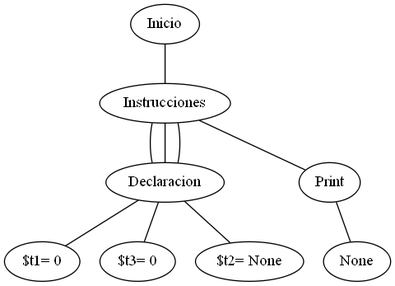
This is src/graph.png from PabloOsuna1997/Proyecto_Augus, a Graphviz export, as it was before one commit. Its source is kept beside it as src/graph.dot.
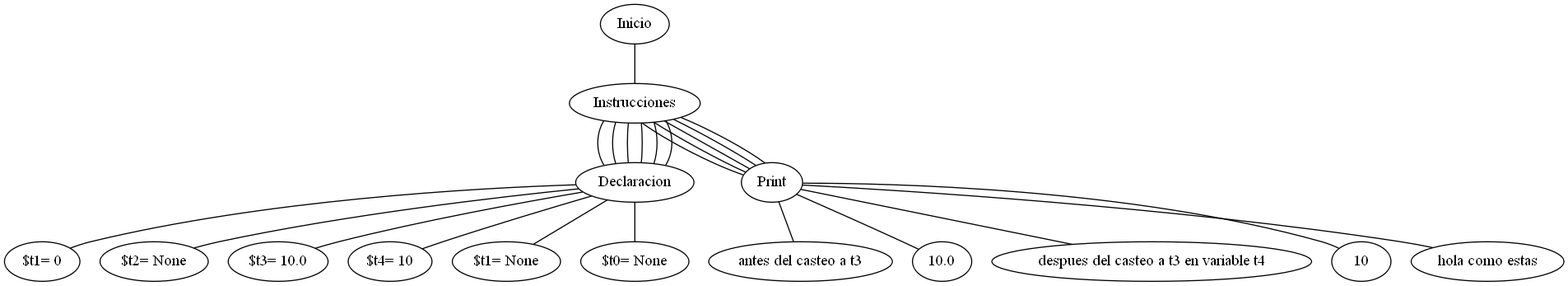
Later version of the same file.

The edit, as a diff of the source:
```diff
@@ -9,13 +9,41 @@
 n001 -- n003;
 n003 [label="Declaracion"] ;
 n003 -- n005;
-n005 [label="$t3= 0"] ;
+n005 [label="$t2= None"] ;
+n001 -- n003;
+n003 [label="Declaracion"] ;
+n003 -- n006;
+n006 [label="$t3= 10.0"] ;
 n001 -- n002;
 n002 [label="Print"] ;
-n002 -- n006;
-n006 [label="None"] ;
+n002 -- n007;
+n007 [label="antes del casteo a t3"] ;
+n001 -- n002;
+n002 [label="Print"] ;
+n002 -- n008;
+n008 [label="10.0"] ;
 n001 -- n003;
 n003 [label="Declaracion"] ;
-n003 -- n007;
-n007 [label="$t2= None"] ;
+n003 -- n009;
+n009 [label="$t4= 10"] ;
+n001 -- n002;
+n002 [label="Print"] ;
+n002 -- n0010;
+n0010 [label="despues del casteo a t3 en variable t4"] ;
+n001 -- n002;
+n002 [label="Print"] ;
+n002 -- n0011;
+n0011 [label="10"] ;
+n001 -- n002;
+n002 [label="Print"] ;
+n002 -- n0012;
+n0012 [label="hola como estas"] ;
+n001 -- n003;
+n003 [label="Declaracion"] ;
+n003 -- n0013;
+n0013 [label="$t1= None"] ;
+n001 -- n003;
+n003 [label="Declaracion"] ;
+n003 -- n0014;
+n0014 [label="$t0= None"] ;
 }
```
